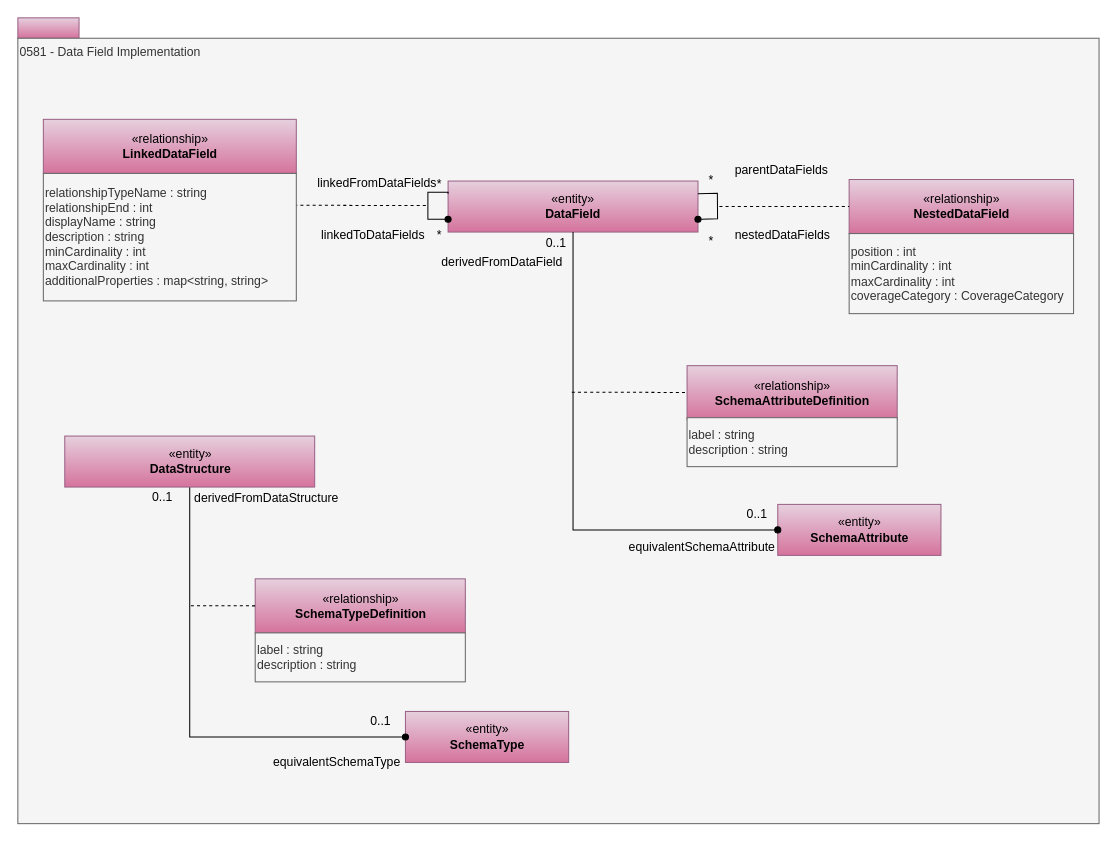
Earlier version of the draw.io diagram page "0581-Data-Field-Implementation" (32 of 33) of site/docs/types/5/area-5-models-and-schema.drawio (odpi/egeria-docs). Source tidied: cells renumbered, new cells numbered last; positions are measured from the earlier drawing's top-left corner, leaving out a move shared by most shapes. Both pictures are drawn from the tidied source at 102%, with x=0, y=0 at pixel (17, 17).
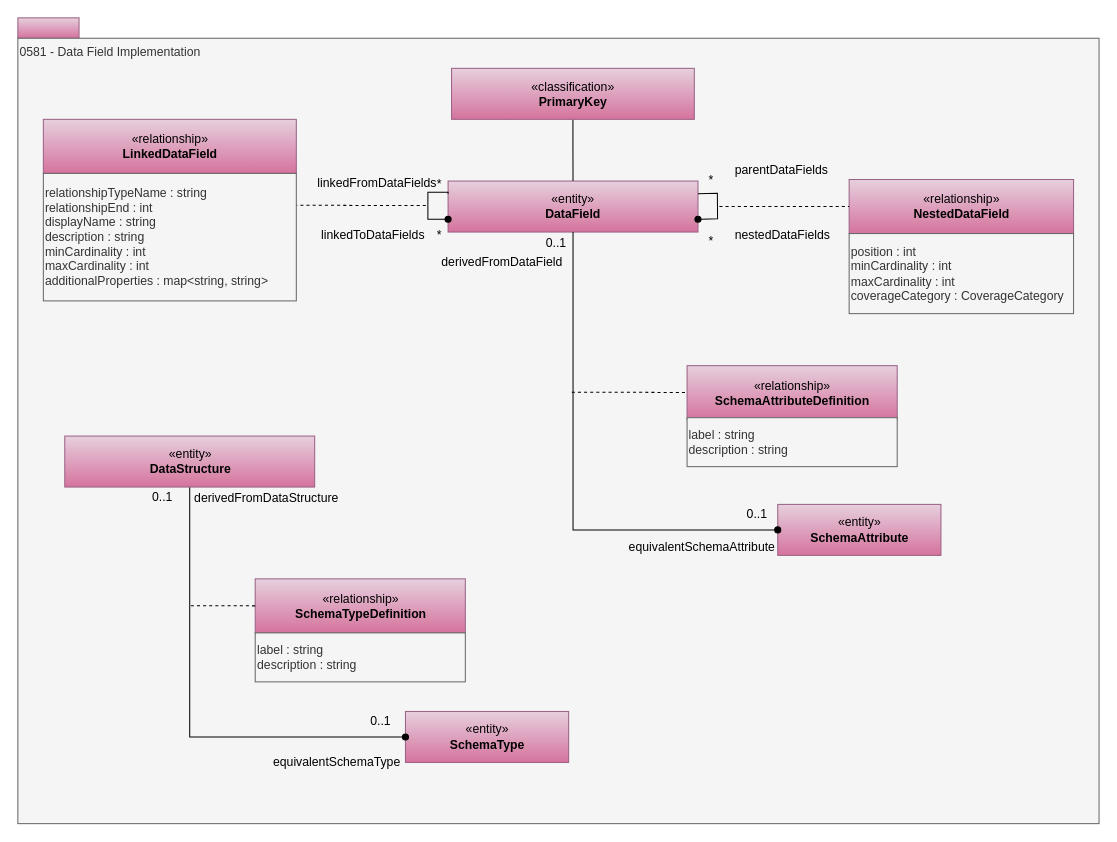
The same page after the edit.

The change refers to these unchanged cells:
```xml
<mxCell id="4" value="«entity»&lt;br&gt;&lt;b&gt;DataField&lt;/b&gt;" style="html=1;strokeColor=#996185;align=center;fillColor=#e6d0de;gradientColor=#d5739d;" parent="1" vertex="1">
  <mxGeometry x="421.8" y="160" width="245" height="50" as="geometry" />
</mxCell>
```

Diff of the diagram source:
```diff
@@
+    <mxCell id="40" style="edgeStyle=orthogonalEdgeStyle;rounded=0;jettySize=auto;html=1;endArrow=none;endFill=0;" parent="1" edge="1" source="41" target="4">
+      <mxGeometry relative="1" as="geometry" />
+    </mxCell>
+    <mxCell id="41" value="«classification»&lt;br&gt;&lt;b&gt;PrimaryKey&lt;/b&gt;" style="html=1;strokeColor=#996185;align=center;fillColor=#e6d0de;gradientColor=#d5739d;" parent="1" vertex="1">
+      <mxGeometry x="425.2" y="49.5" width="238" height="50" as="geometry" />
+    </mxCell>
```
